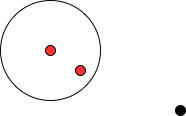
CamelliaL/pics keeps this draw.io diagram as 直接密度可达.drawio.png. Above is the earlier version. Source tidied: cells renumbered, new cells last; positions are measured from the earlier drawing's top-left corner, leaving out a move shared by most shapes. Its diagram source:
```xml
<mxGraphModel>
  <root>
    <mxCell id="0" />
    <mxCell id="1" parent="0" />
    <mxCell id="2" style="ellipse;whiteSpace=wrap;html=1;fillColor=none;" parent="1" vertex="1">
      <mxGeometry width="100" height="100" as="geometry" />
    </mxCell>
    <mxCell id="3" style="ellipse;whiteSpace=wrap;html=1;fillColor=#FF3333;" parent="1" vertex="1">
      <mxGeometry x="45" y="45" width="10" height="10" as="geometry" />
    </mxCell>
    <mxCell id="4" style="ellipse;whiteSpace=wrap;html=1;fillColor=#FF3333;" parent="1" vertex="1">
      <mxGeometry x="75" y="65" width="10" height="10" as="geometry" />
    </mxCell>
    <mxCell id="5" style="ellipse;whiteSpace=wrap;html=1;fillColor=#000000;" parent="1" vertex="1">
      <mxGeometry x="175" y="105" width="10" height="10" as="geometry" />
    </mxCell>
  </root>
</mxGraphModel>
```
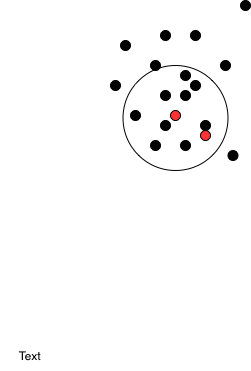
The same file after the commit.

Commit message:
更新直接密度可达.drawio.png

What changed in the source:
```diff
@@ -3,7 +3,7 @@
     <mxCell id="0" />
     <mxCell id="1" parent="0" />
     <mxCell id="2" style="ellipse;whiteSpace=wrap;html=1;fillColor=none;" parent="1" vertex="1">
-      <mxGeometry width="100" height="100" as="geometry" />
+      <mxGeometry x="-2.5" width="105" height="105" as="geometry" />
     </mxCell>
     <mxCell id="3" style="ellipse;whiteSpace=wrap;html=1;fillColor=#FF3333;" parent="1" vertex="1">
       <mxGeometry x="45" y="45" width="10" height="10" as="geometry" />
@@ -12,7 +12,58 @@
       <mxGeometry x="75" y="65" width="10" height="10" as="geometry" />
     </mxCell>
     <mxCell id="5" style="ellipse;whiteSpace=wrap;html=1;fillColor=#000000;" parent="1" vertex="1">
-      <mxGeometry x="175" y="105" width="10" height="10" as="geometry" />
+      <mxGeometry x="102.5" y="85" width="10" height="10" as="geometry" />
     </mxCell>
+    <mxCell id="6" style="ellipse;whiteSpace=wrap;html=1;fillColor=#000000;" parent="1" vertex="1">
+      <mxGeometry x="115" y="-65" width="10" height="10" as="geometry" />
+    </mxCell>
+    <mxCell id="7" style="ellipse;whiteSpace=wrap;html=1;fillColor=#000000;" parent="1" vertex="1">
+      <mxGeometry x="65" y="-35" width="10" height="10" as="geometry" />
+    </mxCell>
+    <mxCell id="8" style="ellipse;whiteSpace=wrap;html=1;fillColor=#000000;" parent="1" vertex="1">
+      <mxGeometry x="25" y="-5" width="10" height="10" as="geometry" />
+    </mxCell>
+    <mxCell id="9" style="ellipse;whiteSpace=wrap;html=1;fillColor=#000000;" parent="1" vertex="1">
+      <mxGeometry x="55" y="25" width="10" height="10" as="geometry" />
+    </mxCell>
+    <mxCell id="10" style="ellipse;whiteSpace=wrap;html=1;fillColor=#000000;direction=south;" parent="1" vertex="1">
+      <mxGeometry x="5" y="45" width="10" height="10" as="geometry" />
+    </mxCell>
+    <mxCell id="11" style="ellipse;whiteSpace=wrap;html=1;fillColor=#000000;" parent="1" vertex="1">
+      <mxGeometry x="65" y="15" width="10" height="10" as="geometry" />
+    </mxCell>
+    <mxCell id="12" style="ellipse;whiteSpace=wrap;html=1;fillColor=#000000;" parent="1" vertex="1">
+      <mxGeometry x="75" y="55" width="10" height="10" as="geometry" />
+    </mxCell>
+    <mxCell id="13" style="ellipse;whiteSpace=wrap;html=1;fillColor=#000000;" parent="1" vertex="1">
+      <mxGeometry x="35" y="25" width="10" height="10" as="geometry" />
+    </mxCell>
+    <mxCell id="14" style="ellipse;whiteSpace=wrap;html=1;fillColor=#000000;" parent="1" vertex="1">
+      <mxGeometry x="25" y="75" width="10" height="10" as="geometry" />
+    </mxCell>
+    <mxCell id="15" style="ellipse;whiteSpace=wrap;html=1;fillColor=#000000;" parent="1" vertex="1">
+      <mxGeometry x="35" y="55" width="10" height="10" as="geometry" />
+    </mxCell>
+    <mxCell id="16" style="ellipse;whiteSpace=wrap;html=1;fillColor=#000000;" parent="1" vertex="1">
+      <mxGeometry x="55" y="75" width="10" height="10" as="geometry" />
+    </mxCell>
+    <mxCell id="17" style="ellipse;whiteSpace=wrap;html=1;fillColor=#000000;" parent="1" vertex="1">
+      <mxGeometry x="95" y="-5" width="10" height="10" as="geometry" />
+    </mxCell>
+    <mxCell id="18" style="ellipse;whiteSpace=wrap;html=1;fillColor=#000000;" parent="1" vertex="1">
+      <mxGeometry x="55" y="5" width="10" height="10" as="geometry" />
+    </mxCell>
+    <mxCell id="19" style="ellipse;whiteSpace=wrap;html=1;fillColor=#000000;" parent="1" vertex="1">
+      <mxGeometry x="-5" y="-25" width="10" height="10" as="geometry" />
+    </mxCell>
+    <mxCell id="20" style="ellipse;whiteSpace=wrap;html=1;fillColor=#000000;" parent="1" vertex="1">
+      <mxGeometry x="35" y="-35" width="10" height="10" as="geometry" />
+    </mxCell>
+    <mxCell id="21" style="ellipse;whiteSpace=wrap;html=1;fillColor=#000000;" parent="1" vertex="1">
+      <mxGeometry x="-15" y="15" width="10" height="10" as="geometry" />
+    </mxCell>
+    <mxCell id="22" value="Text" style="text;html=1;strokeColor=none;fillColor=none;align=center;verticalAlign=middle;whiteSpace=wrap;rounded=0;" parent="1" vertex="1">
+      <mxGeometry x="-125" y="275" width="60" height="30" as="geometry" />
+    </mxCell>
   </root>
 </mxGraphModel>
```
